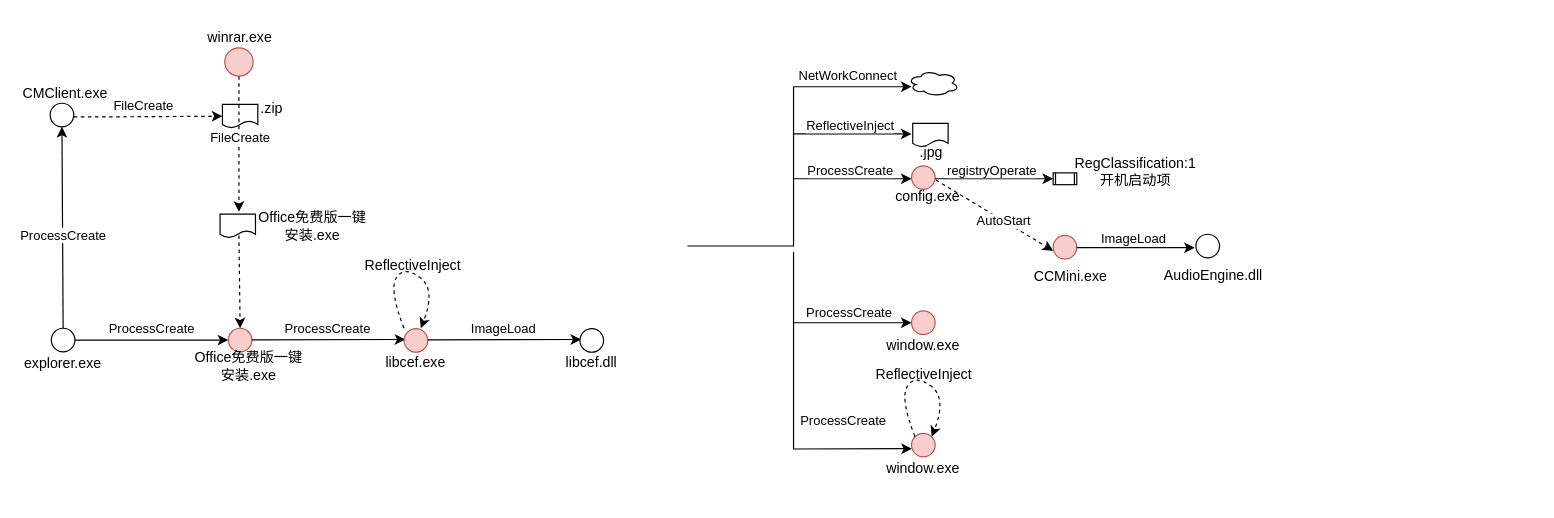
Earlier version of the draw.io diagram 银狐4.drawio (ernongxizhu/picture). Source tidied: cells renumbered, new cells numbered last; positions are measured from the earlier drawing's top-left corner, leaving out a move shared by most shapes. Both pictures are drawn from the tidied source at 118%, with x=0, y=0 at pixel (27, 20).
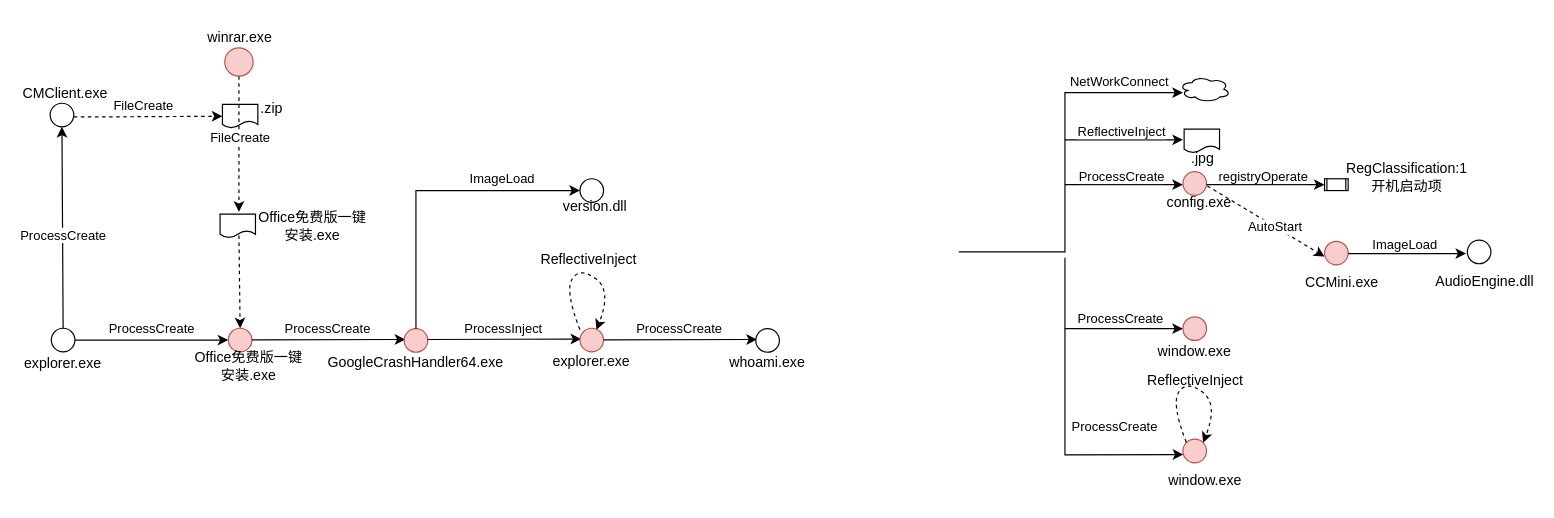
The same page after the edit.

The change refers to these unchanged cells:
```xml
<mxCell id="60" style="ellipse;whiteSpace=wrap;html=1;fillColor=#f8cecc;strokeColor=#b85450;" parent="1" vertex="1">
  <mxGeometry x="319" y="261" width="20" height="20" as="geometry" />
</mxCell>
```

The edit, as a diff of the source:
```diff
@@
     <mxCell id="6" style="endArrow=classic;html=1;rounded=0;entryX=0;entryY=0.5;entryDx=0;entryDy=0;" parent="1" edge="1" target="10">
       <mxGeometry relative="1" as="geometry">
-        <mxPoint x="649" y="196" as="sourcePoint" />
+        <mxPoint x="879" y="201" as="sourcePoint" />
         <Array as="points">
-          <mxPoint x="649" y="256" />
+          <mxPoint x="879" y="261" />
         </Array>
       </mxGeometry>
     </mxCell>
@@
     <mxCell id="10" style="ellipse;whiteSpace=wrap;html=1;fillColor=#f8cecc;strokeColor=#b85450;" parent="1" vertex="1">
-      <mxGeometry x="749" y="246" width="20" height="20" as="geometry" />
+      <mxGeometry x="979" y="251" width="20" height="20" as="geometry" />
     </mxCell>
     <mxCell id="11" value="window.exe" style="text;strokeColor=none;align=center;fillColor=none;html=1;verticalAlign=middle;whiteSpace=wrap;rounded=0;" parent="1" vertex="1">
-      <mxGeometry x="729" y="261" width="60" height="30" as="geometry" />
+      <mxGeometry x="959" y="266" width="60" height="30" as="geometry" />
     </mxCell>
@@
-    <mxCell id="24" style="endArrow=classic;html=1;rounded=0;entryX=0.339;entryY=-0.066;entryDx=0;entryDy=0;entryPerimeter=0;" parent="1" edge="1" target="52">
+    <mxCell id="24" style="endArrow=classic;html=1;rounded=0;entryX=0.339;entryY=-0.066;entryDx=0;entryDy=0;entryPerimeter=0;" parent="1" edge="1">
       <mxGeometry relative="1" as="geometry">
-        <mxPoint x="649" y="256" as="sourcePoint" />
+        <mxPoint x="879" y="261" as="sourcePoint" />
+        <mxPoint x="979.3" y="367.7" as="targetPoint" />
         <Array as="points">
-          <mxPoint x="649" y="363" />
+          <mxPoint x="879" y="368" />
         </Array>
       </mxGeometry>
     </mxCell>
@@
     <mxCell id="26" style="endArrow=classic;html=1;rounded=0;exitX=1;exitY=0.5;exitDx=0;exitDy=0;" parent="1" edge="1">
       <mxGeometry relative="1" as="geometry">
-        <mxPoint x="559" y="191" as="sourcePoint" />
-        <mxPoint x="749" y="56" as="targetPoint" />
+        <mxPoint x="789" y="196" as="sourcePoint" />
+        <mxPoint x="979" y="61" as="targetPoint" />
         <Array as="points">
-          <mxPoint x="649" y="191" />
-          <mxPoint x="649" y="56" />
+          <mxPoint x="879" y="196" />
+          <mxPoint x="879" y="61" />
         </Array>
       </mxGeometry>
     </mxCell>
@@
     <mxCell id="28" style="ellipse;shape=cloud;whiteSpace=wrap;html=1;" parent="1" vertex="1">
-      <mxGeometry x="746" y="42" width="43" height="22" as="geometry" />
+      <mxGeometry x="976" y="47" width="43" height="22" as="geometry" />
     </mxCell>
     <mxCell id="29" style="endArrow=classic;html=1;rounded=0;" parent="1" edge="1">
       <mxGeometry relative="1" as="geometry">
-        <mxPoint x="649" y="96" as="sourcePoint" />
-        <mxPoint x="749" y="96" as="targetPoint" />
+        <mxPoint x="879" y="101" as="sourcePoint" />
+        <mxPoint x="979" y="101" as="targetPoint" />
       </mxGeometry>
     </mxCell>
@@
     <mxCell id="31" style="shape=document;whiteSpace=wrap;html=1;boundedLbl=1;" parent="1" vertex="1">
-      <mxGeometry x="750" y="87" width="30" height="20" as="geometry" />
+      <mxGeometry x="980" y="92" width="30" height="20" as="geometry" />
     </mxCell>
     <mxCell id="32" value=".jpg" style="text;strokeColor=none;align=center;fillColor=none;html=1;verticalAlign=middle;whiteSpace=wrap;rounded=0;" parent="1" vertex="1">
-      <mxGeometry x="736" y="97" width="60" height="30" as="geometry" />
+      <mxGeometry x="966" y="102" width="60" height="30" as="geometry" />
     </mxCell>
     <mxCell id="33" style="endArrow=classic;html=1;rounded=0;" parent="1" edge="1">
       <mxGeometry relative="1" as="geometry">
-        <mxPoint x="649" y="134" as="sourcePoint" />
-        <mxPoint x="749" y="134" as="targetPoint" />
+        <mxPoint x="879" y="139" as="sourcePoint" />
+        <mxPoint x="979" y="139" as="targetPoint" />
       </mxGeometry>
     </mxCell>
@@
     <mxCell id="35" value="config.exe" style="text;strokeColor=none;align=center;fillColor=none;html=1;verticalAlign=middle;whiteSpace=wrap;rounded=0;" parent="1" vertex="1">
-      <mxGeometry x="733" y="134" width="60" height="30" as="geometry" />
+      <mxGeometry x="963" y="139" width="60" height="30" as="geometry" />
     </mxCell>
     <mxCell id="36" style="ellipse;whiteSpace=wrap;html=1;fillColor=#f8cecc;strokeColor=#b85450;" parent="1" vertex="1">
-      <mxGeometry x="749" y="123" width="20" height="20" as="geometry" />
+      <mxGeometry x="979" y="128" width="20" height="20" as="geometry" />
     </mxCell>
     <mxCell id="37" style="endArrow=classic;html=1;rounded=0;" parent="1" edge="1">
       <mxGeometry relative="1" as="geometry">
-        <mxPoint x="769" y="134" as="sourcePoint" />
-        <mxPoint x="869" y="134" as="targetPoint" />
+        <mxPoint x="999" y="139" as="sourcePoint" />
+        <mxPoint x="1099" y="139" as="targetPoint" />
       </mxGeometry>
     </mxCell>
@@
     <mxCell id="39" value="RegClassification:1&lt;br&gt;开机启动项" style="text;strokeColor=none;align=center;fillColor=none;html=1;verticalAlign=middle;whiteSpace=wrap;rounded=0;" parent="1" vertex="1">
-      <mxGeometry x="901" y="113" width="76" height="30" as="geometry" />
+      <mxGeometry x="1131" y="118" width="76" height="30" as="geometry" />
     </mxCell>
     <mxCell id="40" style="shape=process;whiteSpace=wrap;html=1;backgroundOutline=1;" parent="1" vertex="1">
-      <mxGeometry x="869" y="129" width="20" height="10" as="geometry" />
+      <mxGeometry x="1099" y="134" width="20" height="10" as="geometry" />
     </mxCell>
     <mxCell id="41" style="endArrow=classic;html=1;rounded=0;exitX=0.611;exitY=0.035;exitDx=0;exitDy=0;exitPerimeter=0;dashed=1;" parent="1" edge="1" source="35">
       <mxGeometry relative="1" as="geometry">
-        <mxPoint x="869" y="195" as="targetPoint" />
+        <mxPoint x="1099" y="200" as="targetPoint" />
       </mxGeometry>
     </mxCell>
@@
     <mxCell id="43" value="CCMini.exe" style="text;strokeColor=none;align=center;fillColor=none;html=1;verticalAlign=middle;whiteSpace=wrap;rounded=0;" parent="1" vertex="1">
-      <mxGeometry x="846" y="202" width="76" height="30" as="geometry" />
+      <mxGeometry x="1076" y="207" width="76" height="30" as="geometry" />
     </mxCell>
     <mxCell id="44" style="ellipse;whiteSpace=wrap;html=1;fillColor=#f8cecc;strokeColor=#b85450;" parent="1" vertex="1">
-      <mxGeometry x="869" y="182" width="20" height="20" as="geometry" />
+      <mxGeometry x="1099" y="187" width="20" height="20" as="geometry" />
     </mxCell>
     <mxCell id="45" style="endArrow=classic;html=1;rounded=0;" parent="1" edge="1">
       <mxGeometry relative="1" as="geometry">
-        <mxPoint x="889" y="192.4" as="sourcePoint" />
-        <mxPoint x="989" y="192.4" as="targetPoint" />
+        <mxPoint x="1119" y="197.4" as="sourcePoint" />
+        <mxPoint x="1219" y="197.4" as="targetPoint" />
       </mxGeometry>
     </mxCell>
@@
     <mxCell id="47" value="AudioEngine.dll" style="text;strokeColor=none;align=center;fillColor=none;html=1;verticalAlign=middle;whiteSpace=wrap;rounded=0;" parent="1" vertex="1">
-      <mxGeometry x="967" y="201" width="76" height="30" as="geometry" />
+      <mxGeometry x="1197" y="206" width="76" height="30" as="geometry" />
     </mxCell>
     <mxCell id="48" style="ellipse;whiteSpace=wrap;html=1;" parent="1" vertex="1">
-      <mxGeometry x="990" y="181" width="20" height="20" as="geometry" />
+      <mxGeometry x="1220" y="186" width="20" height="20" as="geometry" />
     </mxCell>
-    <mxCell id="49" style="curved=1;endArrow=classic;html=1;rounded=0;exitX=0;exitY=0;exitDx=0;exitDy=0;entryX=1;entryY=0;entryDx=0;entryDy=0;dashed=1;" parent="1" edge="1">
-      <mxGeometry relative="1" as="geometry">
-        <mxPoint x="318.9" y="260.7" as="sourcePoint" />
-        <mxPoint x="333.1" y="260.7" as="targetPoint" />
-        <Array as="points">
-          <mxPoint x="306" y="227.7" />
-          <mxPoint x="319" y="207.7" />
-          <mxPoint x="346" y="227.7" />
-        </Array>
-      </mxGeometry>
-    </mxCell>
-    <mxCell id="50" value="ReflectiveInject" style="text;whiteSpace=wrap;" parent="1" vertex="1">
-      <mxGeometry x="284" y="193.7" width="90" height="20" as="geometry" />
-    </mxCell>
     <mxCell id="51" style="ellipse;whiteSpace=wrap;html=1;fillColor=#f8cecc;strokeColor=#b85450;" parent="1" vertex="1">
-      <mxGeometry x="749" y="349.7" width="20" height="20" as="geometry" />
+      <mxGeometry x="979" y="354.7" width="20" height="20" as="geometry" />
     </mxCell>
     <mxCell id="52" value="window.exe" style="text;strokeColor=none;align=center;fillColor=none;html=1;verticalAlign=middle;whiteSpace=wrap;rounded=0;" parent="1" vertex="1">
-      <mxGeometry x="729" y="364.7" width="60" height="30" as="geometry" />
+      <mxGeometry x="967.5" y="374.7" width="60" height="30" as="geometry" />
     </mxCell>
     <mxCell id="53" style="curved=1;endArrow=classic;html=1;rounded=0;exitX=0;exitY=0;exitDx=0;exitDy=0;entryX=1;entryY=0;entryDx=0;entryDy=0;dashed=1;" parent="1" edge="1" source="51" target="51">
       <mxGeometry relative="1" as="geometry">
         <Array as="points">
-          <mxPoint x="739" y="319.7" />
-          <mxPoint x="752" y="299.7" />
-          <mxPoint x="779" y="319.7" />
+          <mxPoint x="969" y="324.7" />
+          <mxPoint x="982" y="304.7" />
+          <mxPoint x="1009" y="324.7" />
         </Array>
       </mxGeometry>
     </mxCell>
     <mxCell id="54" value="ReflectiveInject" style="text;whiteSpace=wrap;" parent="1" vertex="1">
-      <mxGeometry x="717" y="285.7" width="90" height="20" as="geometry" />
+      <mxGeometry x="947" y="290.7" width="90" height="20" as="geometry" />
     </mxCell>
@@
-    <mxCell id="61" value="libcef.exe" style="text;strokeColor=none;align=center;fillColor=none;html=1;verticalAlign=middle;whiteSpace=wrap;rounded=0;" parent="1" vertex="1">
+    <mxCell id="61" value="GoogleCrashHandler64.exe" style="text;strokeColor=none;align=center;fillColor=none;html=1;verticalAlign=middle;whiteSpace=wrap;rounded=0;" parent="1" vertex="1">
       <mxGeometry x="299" y="274.7" width="60" height="30" as="geometry" />
     </mxCell>
-    <mxCell id="62" style="endArrow=classic;html=1;rounded=0;exitX=1;exitY=0.5;exitDx=0;exitDy=0;" parent="1" edge="1">
+    <mxCell id="62" style="endArrow=classic;html=1;rounded=0;exitX=0.5;exitY=0;exitDx=0;exitDy=0;entryX=0;entryY=0.5;entryDx=0;entryDy=0;" parent="1" edge="1" source="60" target="64">
       <mxGeometry relative="1" as="geometry">
-        <mxPoint x="339" y="270.5" as="sourcePoint" />
-        <mxPoint x="469" y="270.2" as="targetPoint" />
+        <Array as="points">
+          <mxPoint x="329" y="144" />
+        </Array>
       </mxGeometry>
     </mxCell>
     <mxCell id="63" value="ImageLoad" style="edgeLabel;html=1;align=center;verticalAlign=middle;" parent="62" vertex="1">
       <mxGeometry x="-0.16" y="3" relative="1" as="geometry">
-        <mxPoint x="9" y="-7" as="offset" />
+        <mxPoint x="75" y="-20" as="offset" />
       </mxGeometry>
     </mxCell>
     <mxCell id="64" style="ellipse;whiteSpace=wrap;html=1;" parent="1" vertex="1">
-      <mxGeometry x="468" y="261" width="20" height="20" as="geometry" />
+      <mxGeometry x="468" y="134" width="20" height="20" as="geometry" />
     </mxCell>
-    <mxCell id="65" value="libcef.dll" style="text;strokeColor=none;align=center;fillColor=none;html=1;verticalAlign=middle;whiteSpace=wrap;rounded=0;" parent="1" vertex="1">
-      <mxGeometry x="448" y="274.7" width="60" height="30" as="geometry" />
+    <mxCell id="65" value="version.dll" style="text;strokeColor=none;align=center;fillColor=none;html=1;verticalAlign=middle;whiteSpace=wrap;rounded=0;" parent="1" vertex="1">
+      <mxGeometry x="451" y="143" width="60" height="30" as="geometry" />
     </mxCell>
+    <mxCell id="66" style="endArrow=classic;html=1;rounded=0;exitX=1;exitY=0.5;exitDx=0;exitDy=0;" parent="1" edge="1">
+      <mxGeometry relative="1" as="geometry">
+        <mxPoint x="339" y="270.2" as="sourcePoint" />
+        <mxPoint x="469" y="269.8" as="targetPoint" />
+      </mxGeometry>
+    </mxCell>
+    <mxCell id="67" value="ProcessInject" style="edgeLabel;html=1;align=center;verticalAlign=middle;" parent="66" vertex="1">
+      <mxGeometry x="-0.16" y="3" relative="1" as="geometry">
+        <mxPoint x="9" y="-7" as="offset" />
+      </mxGeometry>
+    </mxCell>
+    <mxCell id="68" style="ellipse;whiteSpace=wrap;html=1;fillColor=#f8cecc;strokeColor=#b85450;" parent="1" vertex="1">
+      <mxGeometry x="468" y="260.7" width="20" height="20" as="geometry" />
+    </mxCell>
+    <mxCell id="69" value="explorer.exe" style="text;strokeColor=none;align=center;fillColor=none;html=1;verticalAlign=middle;whiteSpace=wrap;rounded=0;" parent="1" vertex="1">
+      <mxGeometry x="448" y="274.3" width="60" height="30" as="geometry" />
+    </mxCell>
+    <mxCell id="70" style="curved=1;endArrow=classic;html=1;rounded=0;exitX=0;exitY=0;exitDx=0;exitDy=0;entryX=1;entryY=0;entryDx=0;entryDy=0;dashed=1;" parent="1" edge="1">
+      <mxGeometry relative="1" as="geometry">
+        <mxPoint x="468" y="262" as="sourcePoint" />
+        <mxPoint x="482" y="262" as="targetPoint" />
+        <Array as="points">
+          <mxPoint x="455" y="228.7" />
+          <mxPoint x="468" y="208.7" />
+          <mxPoint x="495" y="228.7" />
+        </Array>
+      </mxGeometry>
+    </mxCell>
+    <mxCell id="50" value="ReflectiveInject" style="text;whiteSpace=wrap;" parent="1" vertex="1">
+      <mxGeometry x="433" y="189" width="90" height="20" as="geometry" />
+    </mxCell>
+    <mxCell id="71" style="endArrow=classic;html=1;rounded=0;exitX=1;exitY=0.5;exitDx=0;exitDy=0;" parent="1" edge="1">
+      <mxGeometry relative="1" as="geometry">
+        <mxPoint x="488" y="270.5" as="sourcePoint" />
+        <mxPoint x="618" y="270.2" as="targetPoint" />
+      </mxGeometry>
+    </mxCell>
+    <mxCell id="72" value="ProcessCreate" style="edgeLabel;html=1;align=center;verticalAlign=middle;" parent="71" vertex="1">
+      <mxGeometry x="-0.16" y="3" relative="1" as="geometry">
+        <mxPoint x="9" y="-7" as="offset" />
+      </mxGeometry>
+    </mxCell>
+    <mxCell id="73" style="ellipse;whiteSpace=wrap;html=1;" parent="1" vertex="1">
+      <mxGeometry x="617" y="261" width="20" height="20" as="geometry" />
+    </mxCell>
+    <mxCell id="74" value="whoami.exe" style="text;strokeColor=none;align=center;fillColor=none;html=1;verticalAlign=middle;whiteSpace=wrap;rounded=0;" parent="1" vertex="1">
+      <mxGeometry x="597" y="274.7" width="60" height="30" as="geometry" />
+    </mxCell>
```
